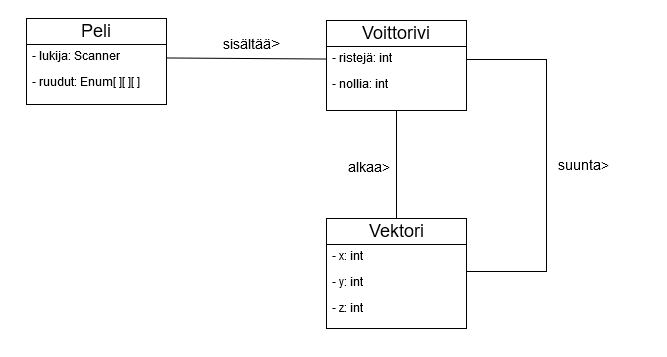
Above: dokumentaatio/luokkakaavio4x4x4-ristinolla.png in EnsioS/4x4x4-ristinolla (draw.io), before the change. Source tidied: cells renumbered, new cells last; positions are measured from the earlier drawing's top-left corner, leaving out a move shared by most shapes.
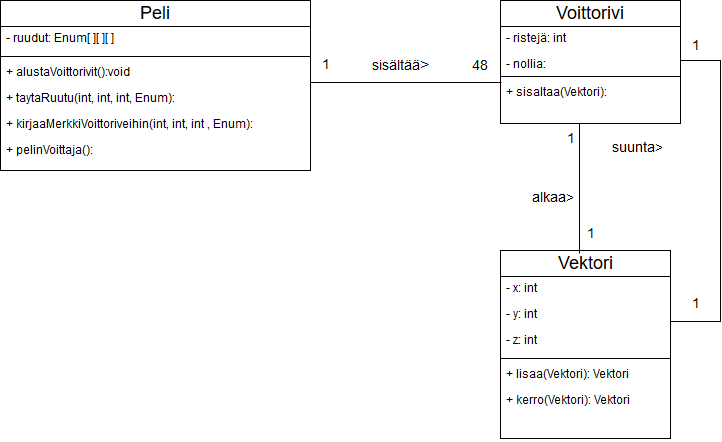
After the commit.

Diff of the diagram source:
```diff
@@ -3,60 +3,110 @@
     <mxCell id="0" />
     <mxCell id="1" parent="0" />
     <mxCell id="2" value="Peli" style="swimlane;html=1;fontStyle=0;horizontal=1;startSize=26;fillColor=none;swimlaneFillColor=#ffffff;fontSize=18;" parent="1" vertex="1">
-      <mxGeometry width="140" height="86" as="geometry" />
+      <mxGeometry x="-80" width="310" height="170" as="geometry" />
     </mxCell>
+    <mxCell id="4" value="- ruudut: Enum[ ][ ][ ]&lt;br&gt;&lt;br&gt;" style="text;html=1;strokeColor=none;fillColor=none;align=left;verticalAlign=top;spacingLeft=4;spacingRight=4;whiteSpace=wrap;overflow=hidden;" parent="2" vertex="1">
+      <mxGeometry y="26" width="310" height="26" as="geometry" />
+    </mxCell>
+    <mxCell id="19" style="line;html=1;strokeWidth=1;fillColor=none;align=left;verticalAlign=middle;spacingTop=-1;spacingLeft=3;spacingRight=3;labelPosition=right;fontSize=18;" parent="2" vertex="1">
+      <mxGeometry y="52" width="310" height="8" as="geometry" />
+    </mxCell>
-    <mxCell id="3" value="- lukija: Scanner&lt;br&gt;&lt;br&gt;" style="text;html=1;strokeColor=none;fillColor=none;align=left;verticalAlign=top;spacingLeft=4;spacingRight=4;whiteSpace=wrap;overflow=hidden;points=[[0,0.5],[1,0.5]];portConstraint=eastwest;" parent="2" vertex="1">
-      <mxGeometry y="26" width="140" height="26" as="geometry" />
+    <mxCell id="3" value="+ alustaVoittorivit():void&lt;br&gt;" style="text;html=1;strokeColor=none;fillColor=none;align=left;verticalAlign=top;spacingLeft=4;spacingRight=4;whiteSpace=wrap;overflow=hidden;points=[[0,0.5],[1,0.5]];portConstraint=eastwest;" parent="2" vertex="1">
+      <mxGeometry y="60" width="310" height="26" as="geometry" />
     </mxCell>
-    <mxCell id="4" value="- ruudut: Enum[ ][ ][ ]&lt;br&gt;&lt;br&gt;" style="text;html=1;strokeColor=none;fillColor=none;align=left;verticalAlign=top;spacingLeft=4;spacingRight=4;whiteSpace=wrap;overflow=hidden;" parent="2" vertex="1">
-      <mxGeometry y="52" width="140" height="26" as="geometry" />
-    </mxCell>
+    <mxCell id="20" value="+ taytaRuutu(int, int, int, Enum): boolean&lt;br&gt;" style="text;html=1;strokeColor=none;fillColor=none;align=left;verticalAlign=top;spacingLeft=4;spacingRight=4;whiteSpace=wrap;overflow=hidden;" parent="2" vertex="1">
+      <mxGeometry y="86" width="310" height="26" as="geometry" />
+    </mxCell>
+    <mxCell id="21" value="+ kirjaaMerkkiVoittoriveihin(int, int, int , Enum): boolean&lt;br&gt;" style="text;html=1;strokeColor=none;fillColor=none;align=left;verticalAlign=top;spacingLeft=4;spacingRight=4;whiteSpace=wrap;overflow=hidden;" parent="2" vertex="1">
+      <mxGeometry y="112" width="310" height="26" as="geometry" />
+    </mxCell>
+    <mxCell id="22" value="+ pelinVoittaja(): Enum&lt;br&gt;" style="text;html=1;strokeColor=none;fillColor=none;align=left;verticalAlign=top;spacingLeft=4;spacingRight=4;whiteSpace=wrap;overflow=hidden;" parent="2" vertex="1">
+      <mxGeometry y="138" width="310" height="26" as="geometry" />
+    </mxCell>
     <mxCell id="5" value="Voittorivi" style="swimlane;html=1;fontStyle=0;horizontal=1;startSize=26;fillColor=none;swimlaneFillColor=#ffffff;fontSize=18;" parent="1" vertex="1">
-      <mxGeometry x="300" y="2" width="140" height="90" as="geometry" />
+      <mxGeometry x="420" width="180" height="123" as="geometry" />
     </mxCell>
     <mxCell id="6" value="- ristejä: int&lt;br&gt;" style="text;html=1;strokeColor=none;fillColor=none;align=left;verticalAlign=top;spacingLeft=4;spacingRight=4;whiteSpace=wrap;overflow=hidden;points=[[0,0.5],[1,0.5]];portConstraint=eastwest;" parent="5" vertex="1">
-      <mxGeometry y="26" width="140" height="26" as="geometry" />
+      <mxGeometry y="26" width="180" height="26" as="geometry" />
     </mxCell>
     <mxCell id="7" value="- nollia: int&lt;br&gt;" style="text;html=1;strokeColor=none;fillColor=none;align=left;verticalAlign=top;spacingLeft=4;spacingRight=4;whiteSpace=wrap;overflow=hidden;" parent="5" vertex="1">
-      <mxGeometry y="52" width="140" height="26" as="geometry" />
+      <mxGeometry y="52" width="180" height="20" as="geometry" />
     </mxCell>
+    <mxCell id="23" style="line;html=1;strokeWidth=1;fillColor=none;align=left;verticalAlign=middle;spacingTop=-1;spacingLeft=3;spacingRight=3;labelPosition=right;fontSize=18;" parent="5" vertex="1">
+      <mxGeometry y="72" width="180" height="8" as="geometry" />
+    </mxCell>
+    <mxCell id="24" value="+ sisaltaa(Vektori): boolean&lt;br&gt;" style="text;html=1;strokeColor=none;fillColor=none;align=left;verticalAlign=top;spacingLeft=4;spacingRight=4;whiteSpace=wrap;overflow=hidden;points=[[0,0.5],[1,0.5]];portConstraint=eastwest;" parent="5" vertex="1">
+      <mxGeometry y="80" width="180" height="20" as="geometry" />
+    </mxCell>
     <mxCell id="8" style="edgeStyle=orthogonalEdgeStyle;rounded=0;html=1;exitX=0.5;exitY=1;entryX=0.5;entryY=1;endArrow=none;endFill=0;jettySize=auto;orthogonalLoop=1;fontSize=18;" parent="1" edge="1" source="2" target="2">
       <mxGeometry relative="1" as="geometry" />
     </mxCell>
-    <mxCell id="9" style="rounded=0;html=1;endArrow=none;endFill=0;jettySize=auto;fontSize=18;" parent="1" edge="1" source="3" target="6">
-      <mxGeometry relative="1" as="geometry" />
+    <mxCell id="9" style="rounded=0;html=1;endArrow=none;endFill=0;jettySize=auto;fontSize=18;entryX=0.006;entryY=0.1;entryPerimeter=0;" parent="1" edge="1" target="24">
+      <mxGeometry relative="1" as="geometry">
+        <mxPoint x="230" y="82" as="sourcePoint" />
+      </mxGeometry>
     </mxCell>
     <mxCell id="10" value="&lt;font style=&quot;font-size: 14px&quot;&gt;sisältää&lt;/font&gt;&lt;font size=&quot;3&quot;&gt;&amp;gt;&lt;/font&gt;" style="text;html=1;align=left;verticalAlign=top;spacingTop=-4;fontSize=18;" parent="1" vertex="1">
-      <mxGeometry x="195" y="13" width="70" height="30" as="geometry" />
+      <mxGeometry x="290" y="52" width="70" height="30" as="geometry" />
     </mxCell>
-    <mxCell id="11" style="edgeStyle=none;rounded=0;html=1;entryX=0.5;entryY=1;endArrow=none;endFill=0;jettySize=auto;fontSize=18;" parent="1" edge="1" source="12" target="5">
-      <mxGeometry relative="1" as="geometry" />
-    </mxCell>
     <mxCell id="12" value="Vektori" style="swimlane;html=1;fontStyle=0;horizontal=1;startSize=26;fillColor=none;swimlaneFillColor=#ffffff;fontSize=18;" parent="1" vertex="1">
-      <mxGeometry x="300" y="200" width="140" height="110" as="geometry" />
+      <mxGeometry x="420" y="250" width="170" height="188" as="geometry" />
     </mxCell>
     <mxCell id="13" value="- x: int&lt;br&gt;" style="text;html=1;strokeColor=none;fillColor=none;align=left;verticalAlign=top;spacingLeft=4;spacingRight=4;whiteSpace=wrap;overflow=hidden;" parent="12" vertex="1">
-      <mxGeometry y="26" width="140" height="26" as="geometry" />
+      <mxGeometry y="26" width="170" height="26" as="geometry" />
     </mxCell>
     <mxCell id="14" value="- y: int&lt;br&gt;" style="text;html=1;strokeColor=none;fillColor=none;align=left;verticalAlign=top;spacingLeft=4;spacingRight=4;whiteSpace=wrap;overflow=hidden;points=[[0,0.5],[1,0.5]];portConstraint=eastwest;" parent="12" vertex="1">
-      <mxGeometry y="52" width="140" height="26" as="geometry" />
+      <mxGeometry y="52" width="170" height="26" as="geometry" />
     </mxCell>
     <mxCell id="15" value="- z: int&lt;br&gt;" style="text;html=1;strokeColor=none;fillColor=none;align=left;verticalAlign=top;spacingLeft=4;spacingRight=4;whiteSpace=wrap;overflow=hidden;" parent="12" vertex="1">
-      <mxGeometry y="78" width="140" height="26" as="geometry" />
+      <mxGeometry y="78" width="170" height="26" as="geometry" />
     </mxCell>
+    <mxCell id="25" style="line;html=1;strokeWidth=1;fillColor=none;align=left;verticalAlign=middle;spacingTop=-1;spacingLeft=3;spacingRight=3;labelPosition=right;fontSize=18;" parent="12" vertex="1">
+      <mxGeometry y="104" width="170" height="8" as="geometry" />
+    </mxCell>
+    <mxCell id="26" value="+ lisaa(Vektori): Vektori&lt;br&gt;" style="text;html=1;strokeColor=none;fillColor=none;align=left;verticalAlign=top;spacingLeft=4;spacingRight=4;whiteSpace=wrap;overflow=hidden;" parent="12" vertex="1">
+      <mxGeometry y="112" width="170" height="26" as="geometry" />
+    </mxCell>
+    <mxCell id="27" value="+ kerro(Vektori): Vektori&lt;br&gt;" style="text;html=1;strokeColor=none;fillColor=none;align=left;verticalAlign=top;spacingLeft=4;spacingRight=4;whiteSpace=wrap;overflow=hidden;" parent="12" vertex="1">
+      <mxGeometry y="138" width="170" height="50" as="geometry" />
+    </mxCell>
+    <mxCell id="11" style="edgeStyle=none;rounded=0;html=1;endArrow=none;endFill=0;jettySize=auto;fontSize=18;exitX=0.465;exitY=0.016;exitPerimeter=0;" parent="1" edge="1" source="12">
+      <mxGeometry relative="1" as="geometry">
+        <mxPoint x="499" y="123" as="targetPoint" />
+      </mxGeometry>
+    </mxCell>
     <mxCell id="16" style="edgeStyle=orthogonalEdgeStyle;rounded=0;html=1;endArrow=none;endFill=0;jettySize=auto;fontSize=18;entryX=1;entryY=0.038;entryPerimeter=0;" parent="1" edge="1" source="6" target="14">
       <mxGeometry relative="1" as="geometry">
         <Array as="points">
-          <mxPoint x="520" y="41" />
-          <mxPoint x="520" y="253" />
+          <mxPoint x="600" y="60" />
+          <mxPoint x="640" y="60" />
+          <mxPoint x="640" y="321" />
         </Array>
       </mxGeometry>
     </mxCell>
     <mxCell id="17" value="&lt;font style=&quot;font-size: 14px;&quot;&gt;alkaa&amp;gt;&lt;/font&gt;" style="text;html=1;fontSize=18;" parent="1" vertex="1">
-      <mxGeometry x="320" y="132" width="70" height="40" as="geometry" />
+      <mxGeometry x="450" y="180" width="70" height="40" as="geometry" />
     </mxCell>
     <mxCell id="18" value="&lt;font style=&quot;font-size: 14px;&quot;&gt;suunta&amp;gt;&lt;/font&gt;" style="text;html=1;fontSize=18;" parent="1" vertex="1">
       <mxGeometry x="530" y="130" width="80" height="40" as="geometry" />
     </mxCell>
+    <mxCell id="28" value="&lt;font style=&quot;font-size: 14px&quot;&gt;1&lt;/font&gt;" style="text;html=1;fontSize=18;" parent="1" vertex="1">
+      <mxGeometry x="240" y="47" width="20" height="30" as="geometry" />
+    </mxCell>
+    <mxCell id="29" value="&lt;font style=&quot;font-size: 14px&quot;&gt;48&lt;/font&gt;" style="text;html=1;align=left;verticalAlign=top;spacingTop=-4;fontSize=18;" parent="1" vertex="1">
+      <mxGeometry x="390" y="52" width="30" height="30" as="geometry" />
+    </mxCell>
+    <mxCell id="30" value="&lt;font style=&quot;font-size: 14px&quot;&gt;1&lt;/font&gt;" style="text;html=1;align=left;verticalAlign=top;spacingTop=-4;fontSize=18;" parent="1" vertex="1">
+      <mxGeometry x="485" y="125" width="20" height="30" as="geometry" />
+    </mxCell>
+    <mxCell id="31" value="&lt;font style=&quot;font-size: 14px&quot;&gt;1&lt;/font&gt;" style="text;html=1;align=left;verticalAlign=top;spacingTop=-4;fontSize=18;" parent="1" vertex="1">
+      <mxGeometry x="610" y="32" width="20" height="30" as="geometry" />
+    </mxCell>
+    <mxCell id="32" value="&lt;font style=&quot;font-size: 14px&quot;&gt;1&lt;/font&gt;" style="text;html=1;align=left;verticalAlign=top;spacingTop=-4;fontSize=18;" parent="1" vertex="1">
+      <mxGeometry x="610" y="290" width="20" height="30" as="geometry" />
+    </mxCell>
+    <mxCell id="33" value="&lt;font style=&quot;font-size: 14px&quot;&gt;1&lt;/font&gt;" style="text;html=1;align=left;verticalAlign=top;spacingTop=-4;fontSize=18;" parent="1" vertex="1">
+      <mxGeometry x="505" y="220" width="20" height="30" as="geometry" />
+    </mxCell>
   </root>
 </mxGraphModel>
```
